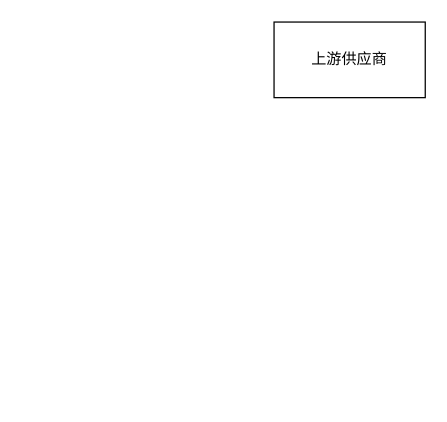
Above: gitskills/溯源摊分情况.drawio in benbenbo/learngit (draw.io), before the change. Source tidied: cells renumbered, new cells numbered last; positions are measured from the earlier drawing's top-left corner, leaving out a move shared by most shapes. Both pictures are drawn from the tidied source at 126%, with x=0, y=0 at pixel (273, 21).
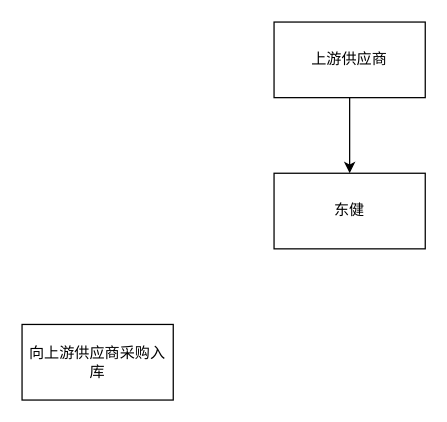
After the change.

Commit message (it also covers changes not shown here):
Update 溯源摊分情况.drawio

Diff of the diagram source:
```diff
@@
 <mxGraphModel>
   <root>
     <mxCell id="0" />
     <mxCell id="1" parent="0" />
+    <mxCell id="3" style="edgeStyle=orthogonalEdgeStyle;rounded=0;jettySize=auto;html=1;entryX=0.5;entryY=0;entryDx=0;entryDy=0;" parent="1" edge="1" source="2" target="4">
+      <mxGeometry relative="1" as="geometry" />
+    </mxCell>
     <mxCell id="2" value="上游供应商" style="rounded=0;whiteSpace=wrap;html=1;" parent="1" vertex="1">
       <mxGeometry width="120" height="60" as="geometry" />
     </mxCell>
+    <mxCell id="4" value="东健" style="rounded=0;whiteSpace=wrap;html=1;" parent="1" vertex="1">
+      <mxGeometry y="120" width="120" height="60" as="geometry" />
+    </mxCell>
+    <mxCell id="5" value="向上游供应商采购入库" style="rounded=0;whiteSpace=wrap;html=1;" parent="1" vertex="1">
+      <mxGeometry x="-200" y="240" width="120" height="60" as="geometry" />
+    </mxCell>
   </root>
 </mxGraphModel>
```
